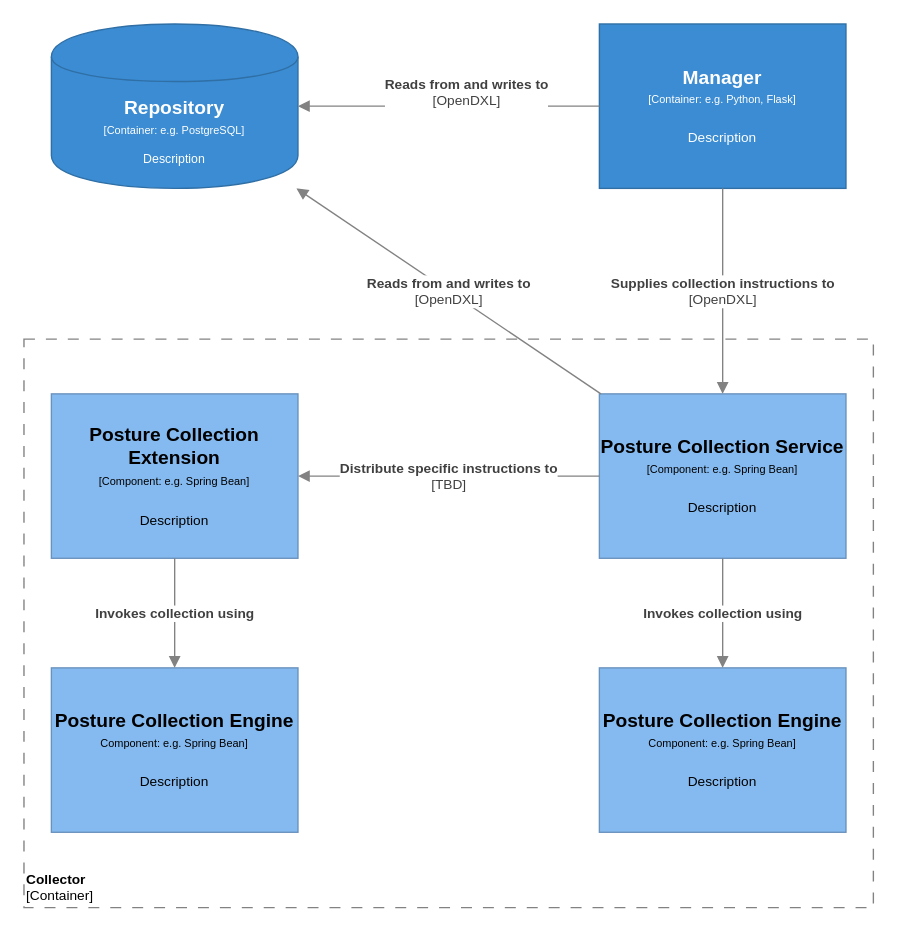
Before: Architecture Documents/sacm-component.drawio in opencybersecurityalliance/documentation, a draw.io diagram. Source tidied: cells renumbered, new cells numbered last; positions are measured from the earlier drawing's top-left corner, leaving out a move shared by most shapes. Both pictures are drawn from the tidied source at 137%, with x=0, y=0 at pixel (23, 23).
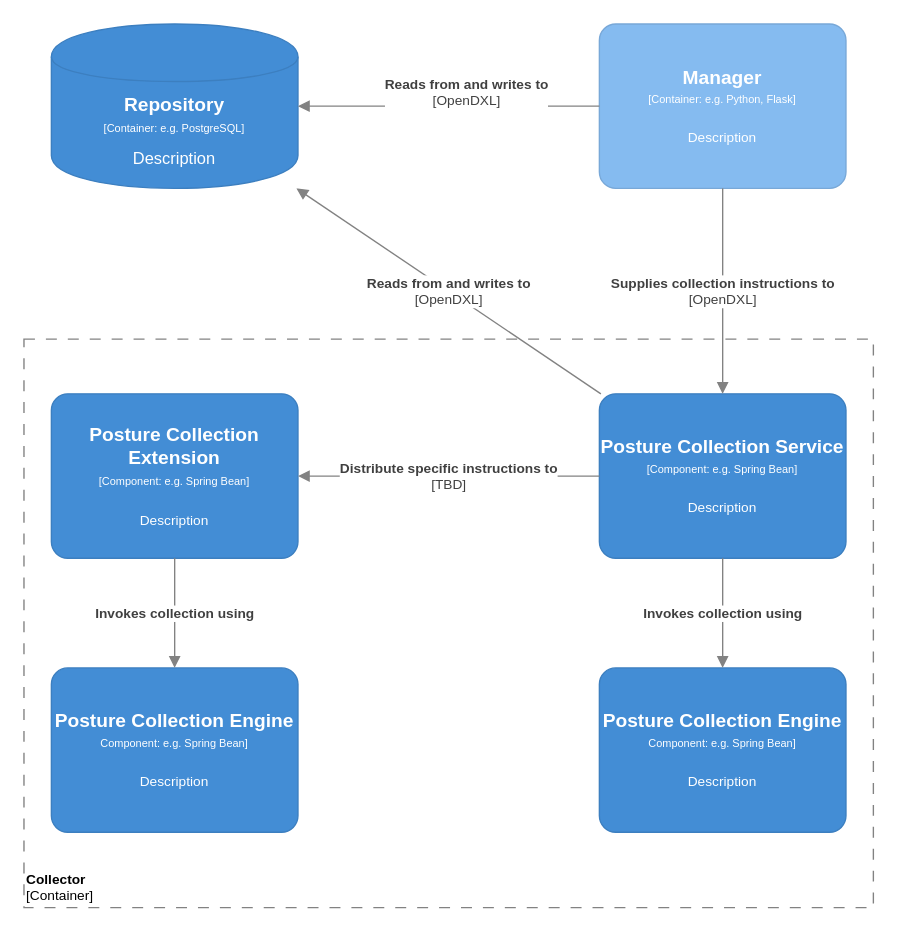
The same diagram, later.

Commit message (it also covers changes not shown here):
Update style, add manager component diagram

The C4 style on draw.io website had slightly different colors and
shapes

Added the manager component diagram
with Assessor, Aggregator, Orchestrator and Health components.

1. I was unsure of the relationships between the components
1. I was also unsure if there was overlap with what might be the
Repository components

The edit, as a diff of the source:
```diff
@@
 <mxGraphModel>
   <root>
     <mxCell id="0" />
     <mxCell id="1" parent="0" />
     <mxCell id="2" value="&lt;font style=&quot;font-size: 10px&quot;&gt;&lt;b&gt;Collector&lt;br&gt;&lt;/b&gt;[Container]&lt;/font&gt;" style="rounded=0;whiteSpace=wrap;html=1;strokeColor=#828282;fillColor=none;fontColor=#000000;align=left;labelPosition=center;verticalLabelPosition=middle;verticalAlign=bottom;dashed=1;strokeWidth=1;perimeterSpacing=0;spacing=2;spacingTop=0;fontSize=10;dashPattern=8 8;" parent="1" vertex="1">
       <mxGeometry y="230" width="620" height="415" as="geometry" />
     </mxCell>
     <object id="3" label="&lt;div&gt;&lt;span style=&quot;font-size: 14px&quot;&gt;&lt;b&gt;Posture Collection Service&lt;/b&gt;&lt;/span&gt;&lt;/div&gt;&lt;div&gt;&lt;span style=&quot;font-size: 8px&quot;&gt;[Component: %technology%]&lt;/span&gt;&lt;/div&gt;&lt;div&gt;&lt;span style=&quot;font-size: 8px&quot;&gt;&lt;br&gt;&lt;/span&gt;&lt;/div&gt;&lt;div&gt;&lt;font size=&quot;1&quot;&gt;%description%&lt;/font&gt;&lt;/div&gt;" description="Description" placeholders="1" technology="e.g. Spring Bean">
-      <mxCell style="rounded=0;whiteSpace=wrap;html=1;fillColor=#85baf0;fontColor=#000000;strokeColor=#6992BD;" parent="1" vertex="1">
+      <mxCell style="rounded=1;whiteSpace=wrap;html=1;fillColor=#438DD5;fontColor=#ffffff;strokeColor=#3C7FC0;arcSize=10;" parent="1" vertex="1">
         <mxGeometry x="420" y="270" width="180" height="120" as="geometry" />
       </mxCell>
     </object>
     <object id="4" label="&lt;div&gt;&lt;span style=&quot;font-size: 14px&quot;&gt;&lt;b&gt;Posture Collection Extension&lt;/b&gt;&lt;/span&gt;&lt;/div&gt;&lt;div&gt;&lt;span style=&quot;font-size: 8px&quot;&gt;[Component: %technology%]&lt;/span&gt;&lt;/div&gt;&lt;div&gt;&lt;span style=&quot;font-size: 8px&quot;&gt;&lt;br&gt;&lt;/span&gt;&lt;/div&gt;&lt;div&gt;&lt;font size=&quot;1&quot;&gt;%description%&lt;/font&gt;&lt;/div&gt;" description="Description" placeholders="1" technology="e.g. Spring Bean">
-      <mxCell style="rounded=0;whiteSpace=wrap;html=1;fillColor=#85baf0;fontColor=#000000;strokeColor=#6992BD;" parent="1" vertex="1">
+      <mxCell style="rounded=1;whiteSpace=wrap;html=1;fillColor=#438DD5;fontColor=#ffffff;strokeColor=#3C7FC0;arcSize=10;" parent="1" vertex="1">
         <mxGeometry x="20" y="270" width="180" height="120" as="geometry" />
       </mxCell>
     </object>
     <object id="5" label="&lt;div&gt;&lt;span style=&quot;font-size: 14px&quot;&gt;&lt;b&gt;Posture Collection Engine&lt;/b&gt;&lt;/span&gt;&lt;/div&gt;&lt;div&gt;&lt;span style=&quot;font-size: 8px&quot;&gt;Component: %technology%]&lt;/span&gt;&lt;br&gt;&lt;/div&gt;&lt;div&gt;&lt;span style=&quot;font-size: 8px&quot;&gt;&lt;br&gt;&lt;/span&gt;&lt;/div&gt;&lt;div&gt;&lt;font size=&quot;1&quot;&gt;%description%&lt;/font&gt;&lt;/div&gt;" description="Description" placeholders="1" technology="e.g. Spring Bean">
-      <mxCell style="rounded=0;whiteSpace=wrap;html=1;fillColor=#85baf0;fontColor=#000000;strokeColor=#6992BD;" parent="1" vertex="1">
+      <mxCell style="rounded=1;whiteSpace=wrap;html=1;fillColor=#438DD5;fontColor=#ffffff;strokeColor=#3C7FC0;arcSize=10;" parent="1" vertex="1">
         <mxGeometry x="420" y="470" width="180" height="120" as="geometry" />
       </mxCell>
     </object>
     <object id="6" label="&lt;div style=&quot;color: rgb(255 , 255 , 255) ; white-space: normal&quot;&gt;&lt;span style=&quot;font-size: 14px&quot;&gt;&lt;b&gt;Repository&lt;/b&gt;&lt;/span&gt;&lt;/div&gt;&lt;div style=&quot;color: rgb(255 , 255 , 255) ; font-size: 12px ; white-space: normal&quot;&gt;&lt;font style=&quot;font-size: 8px&quot;&gt;[Container: %technology%]&lt;/font&gt;&lt;/div&gt;&lt;div style=&quot;color: rgb(255 , 255 , 255) ; white-space: normal ; font-size: 8px&quot;&gt;&lt;font style=&quot;line-height: 9.6px&quot;&gt;&lt;br&gt;&lt;/font&gt;&lt;/div&gt;&lt;div style=&quot;color: rgb(255 , 255 , 255) ; white-space: normal&quot;&gt;%description%&lt;/div&gt;" description="Description" placeholders="1" technology="e.g. PostgreSQL">
-      <mxCell style="shape=cylinder;whiteSpace=wrap;html=1;boundedLbl=1;backgroundOutline=1;strokeColor=#2F6FA6;strokeWidth=1;fillColor=#3B8CD2;fontSize=9;fontColor=#000000;align=center;" parent="1" vertex="1">
+      <mxCell style="shape=cylinder;whiteSpace=wrap;html=1;boundedLbl=1;backgroundOutline=1;strokeColor=#3C7FC0;fillColor=#438DD5;fontSize=12;fontColor=#ffffff;align=center;rounded=0;" parent="1" vertex="1">
         <mxGeometry x="20" width="180" height="120" as="geometry" />
       </mxCell>
     </object>
     <object id="7" label="&lt;div&gt;&lt;span style=&quot;font-size: 14px&quot;&gt;&lt;b&gt;Manager&lt;/b&gt;&lt;/span&gt;&lt;/div&gt;&lt;div&gt;&lt;span style=&quot;font-size: 8px&quot;&gt;[Container: %technology%]&lt;/span&gt;&lt;/div&gt;&lt;div&gt;&lt;span style=&quot;font-size: 8px&quot;&gt;&lt;br&gt;&lt;/span&gt;&lt;/div&gt;&lt;div&gt;&lt;font size=&quot;1&quot;&gt;%description%&lt;/font&gt;&lt;/div&gt;" description="Description" placeholders="1" technology="e.g. Python, Flask">
-      <mxCell style="rounded=0;whiteSpace=wrap;html=1;fillColor=#3B8CD2;fontColor=#FFFFFF;strokeColor=#2F6FA6;" parent="1" vertex="1">
+      <mxCell style="rounded=1;whiteSpace=wrap;html=1;fillColor=#85BBF0;fontColor=#ffffff;strokeColor=#78A8D8;arcSize=10;" parent="1" vertex="1">
         <mxGeometry x="420" width="180" height="120" as="geometry" />
       </mxCell>
     </object>
     <mxCell id="8" value="&lt;span style=&quot;font-size: 10px&quot;&gt;&lt;b&gt;Reads from and writes to&lt;/b&gt;&lt;br&gt;[OpenDXL]&lt;br&gt;&lt;/span&gt;" style="endArrow=block;html=1;fontSize=10;fontColor=#404040;strokeWidth=1;endFill=1;strokeColor=#828282;elbow=vertical;" parent="1" edge="1" source="7" target="6">
       <mxGeometry x="-0.12" y="-10" relative="1" as="geometry" />
     </mxCell>
     <mxCell id="9" value="&lt;span style=&quot;font-size: 10px&quot;&gt;&lt;b&gt;Reads from and writes to&lt;/b&gt;&lt;br&gt;[OpenDXL]&lt;br&gt;&lt;/span&gt;" style="endArrow=block;html=1;fontSize=10;fontColor=#404040;strokeWidth=1;endFill=1;strokeColor=#828282;elbow=vertical;" parent="1" edge="1" source="3" target="6">
       <mxGeometry relative="1" as="geometry" />
     </mxCell>
     <mxCell id="10" value="&lt;span style=&quot;font-size: 10px&quot;&gt;&lt;b&gt;Invokes collection using&lt;/b&gt;&lt;br&gt;&lt;/span&gt;" style="endArrow=block;html=1;fontSize=10;fontColor=#404040;strokeWidth=1;endFill=1;strokeColor=#828282;elbow=vertical;" parent="1" edge="1" source="3" target="5">
       <mxGeometry relative="1" as="geometry" />
     </mxCell>
     <mxCell id="11" value="&lt;span style=&quot;font-size: 10px&quot;&gt;&lt;b&gt;Distribute specific instructions to&lt;/b&gt;&lt;br&gt;[TBD]&lt;br&gt;&lt;/span&gt;" style="endArrow=block;html=1;fontSize=10;fontColor=#404040;strokeWidth=1;endFill=1;strokeColor=#828282;elbow=vertical;" parent="1" edge="1" source="3" target="4">
       <mxGeometry relative="1" as="geometry" />
     </mxCell>
     <object id="12" label="&lt;div&gt;&lt;span style=&quot;font-size: 14px&quot;&gt;&lt;b&gt;Posture Collection Engine&lt;/b&gt;&lt;/span&gt;&lt;/div&gt;&lt;div&gt;&lt;span style=&quot;font-size: 8px&quot;&gt;Component: %technology%]&lt;/span&gt;&lt;br&gt;&lt;/div&gt;&lt;div&gt;&lt;span style=&quot;font-size: 8px&quot;&gt;&lt;br&gt;&lt;/span&gt;&lt;/div&gt;&lt;div&gt;&lt;font size=&quot;1&quot;&gt;%description%&lt;/font&gt;&lt;/div&gt;" description="Description" placeholders="1" technology="e.g. Spring Bean">
-      <mxCell style="rounded=0;whiteSpace=wrap;html=1;fillColor=#85baf0;fontColor=#000000;strokeColor=#6992BD;" parent="1" vertex="1">
+      <mxCell style="rounded=1;whiteSpace=wrap;html=1;fillColor=#438DD5;fontColor=#ffffff;strokeColor=#3C7FC0;arcSize=10;" parent="1" vertex="1">
         <mxGeometry x="20" y="470" width="180" height="120" as="geometry" />
       </mxCell>
     </object>
     <mxCell id="13" value="&lt;span style=&quot;font-size: 10px&quot;&gt;&lt;b&gt;Invokes collection using&lt;/b&gt;&lt;br&gt;&lt;/span&gt;" style="endArrow=block;html=1;fontSize=10;fontColor=#404040;strokeWidth=1;endFill=1;strokeColor=#828282;elbow=vertical;" parent="1" edge="1" source="4" target="12">
       <mxGeometry relative="1" as="geometry" />
     </mxCell>
     <mxCell id="14" value="&lt;b&gt;Supplies collection instructions to&lt;br&gt;&lt;/b&gt;[OpenDXL]&lt;span style=&quot;font-size: 10px&quot;&gt;&lt;br&gt;&lt;/span&gt;" style="endArrow=block;html=1;fontSize=10;fontColor=#404040;strokeWidth=1;endFill=1;strokeColor=#828282;elbow=vertical;" parent="1" edge="1" source="7" target="3">
       <mxGeometry relative="1" as="geometry" />
     </mxCell>
   </root>
 </mxGraphModel>
```
